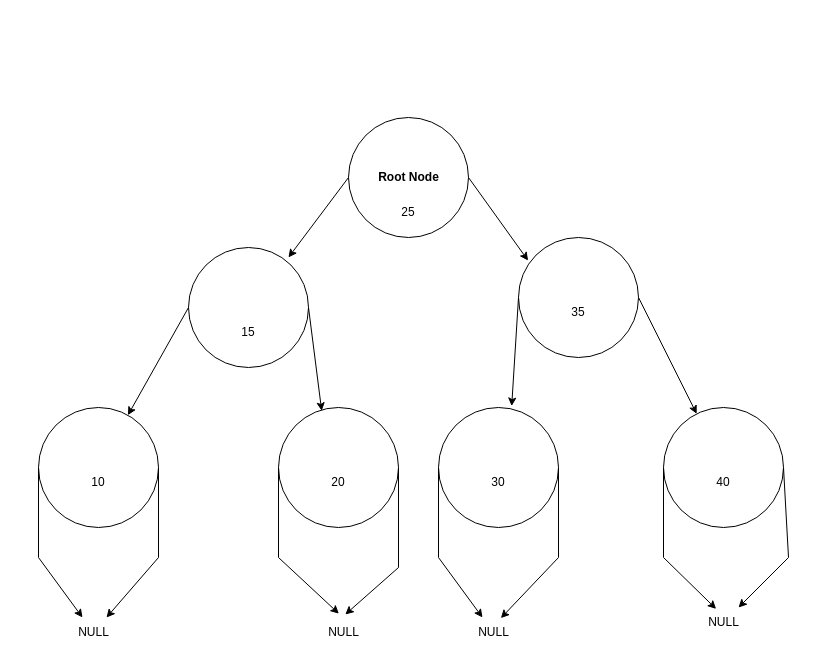
The draw.io diagram StudentExpo/BinaryTree.drawio in Crew46/data-fall2025, before the edit. Source tidied: cells renumbered, new cells numbered last; positions are measured from the earlier drawing's top-left corner, leaving out a move shared by most shapes. Both pictures are drawn from the tidied source at 100%, with x=0, y=0 at pixel (38, 117).
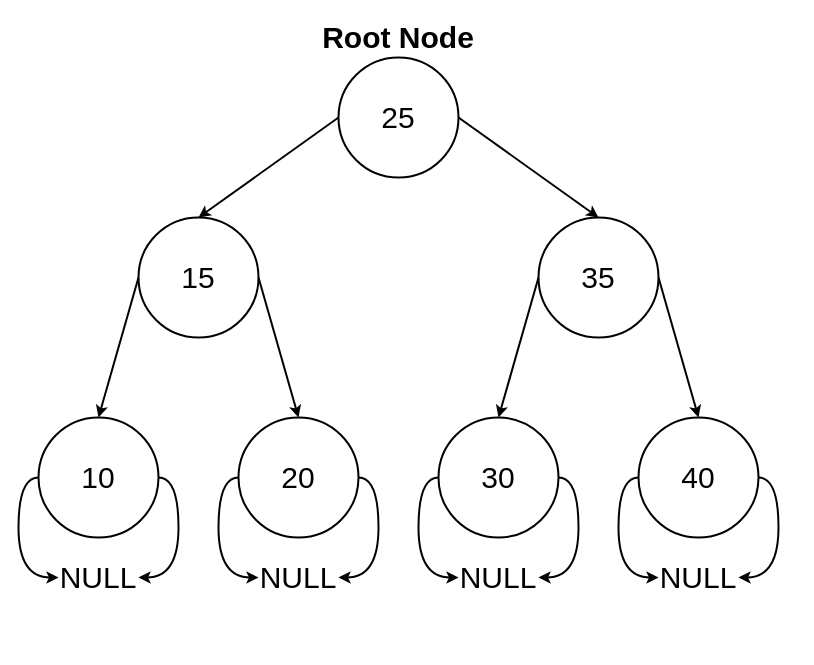
After the change.

The edit, as a diff of the source:
```diff
@@
-    <mxCell id="2" style="ellipse;whiteSpace=wrap;html=1;" parent="1" vertex="1">
-      <mxGeometry x="310" width="120" height="120" as="geometry" />
+    <mxCell id="2" value="&lt;font style=&quot;&quot;&gt;25&lt;/font&gt;" style="ellipse;whiteSpace=wrap;html=1;fontSize=30;strokeWidth=2;" parent="1" vertex="1">
+      <mxGeometry x="300" y="-60" width="120" height="120" as="geometry" />
     </mxCell>
-    <mxCell id="3" value="Root Node" style="text;align=center;fontStyle=1;verticalAlign=middle;spacingLeft=3;spacingRight=3;strokeColor=none;html=1;" parent="1" vertex="1">
-      <mxGeometry x="330" y="47" width="80" height="26" as="geometry" />
-    </mxCell>
-    <mxCell id="4" style="endArrow=classic;html=1;rounded=0;exitX=1;exitY=0.5;exitDx=0;exitDy=0;entryX=0.08;entryY=0.192;entryDx=0;entryDy=0;entryPerimeter=0;" parent="1" edge="1" source="2" target="5">
+    <mxCell id="4" style="endArrow=classic;html=1;rounded=0;exitX=1;exitY=0.5;exitDx=0;exitDy=0;entryX=0.5;entryY=0;entryDx=0;entryDy=0;fontSize=30;strokeWidth=2;" parent="1" edge="1" source="2" target="5">
       <mxGeometry relative="1" as="geometry" />
     </mxCell>
-    <mxCell id="5" style="ellipse;whiteSpace=wrap;html=1;" parent="1" vertex="1">
-      <mxGeometry x="480" y="120" width="120" height="120" as="geometry" />
+    <mxCell id="5" value="35" style="ellipse;whiteSpace=wrap;html=1;fontSize=30;strokeWidth=2;" parent="1" vertex="1">
+      <mxGeometry x="500" y="100" width="120" height="120" as="geometry" />
     </mxCell>
-    <mxCell id="6" style="ellipse;whiteSpace=wrap;html=1;" parent="1" vertex="1">
-      <mxGeometry x="150" y="130" width="120" height="120" as="geometry" />
+    <mxCell id="6" value="15" style="ellipse;whiteSpace=wrap;html=1;fontSize=30;strokeWidth=2;" parent="1" vertex="1">
+      <mxGeometry x="100" y="100" width="120" height="120" as="geometry" />
     </mxCell>
+    <mxCell id="35" style="edgeStyle=orthogonalEdgeStyle;rounded=0;jettySize=auto;html=1;exitX=1;exitY=0.5;exitDx=0;exitDy=0;entryX=1;entryY=0.5;entryDx=0;entryDy=0;curved=1;strokeWidth=2;" parent="1" edge="1" source="7" target="43">
+      <mxGeometry relative="1" as="geometry" />
+    </mxCell>
+    <mxCell id="36" style="edgeStyle=orthogonalEdgeStyle;rounded=0;jettySize=auto;html=1;exitX=0;exitY=0.5;exitDx=0;exitDy=0;entryX=0;entryY=0.5;entryDx=0;entryDy=0;curved=1;strokeWidth=2;" parent="1" edge="1" source="7" target="43">
+      <mxGeometry relative="1" as="geometry" />
+    </mxCell>
-    <mxCell id="7" style="ellipse;whiteSpace=wrap;html=1;" parent="1" vertex="1">
-      <mxGeometry y="290" width="120" height="120" as="geometry" />
+    <mxCell id="7" value="10" style="ellipse;whiteSpace=wrap;html=1;fontSize=30;strokeWidth=2;" parent="1" vertex="1">
+      <mxGeometry y="300" width="120" height="120" as="geometry" />
     </mxCell>
+    <mxCell id="37" style="edgeStyle=orthogonalEdgeStyle;rounded=0;jettySize=auto;html=1;exitX=1;exitY=0.5;exitDx=0;exitDy=0;entryX=1;entryY=0.5;entryDx=0;entryDy=0;curved=1;strokeWidth=2;" parent="1" edge="1" source="8" target="44">
+      <mxGeometry relative="1" as="geometry" />
+    </mxCell>
+    <mxCell id="38" style="edgeStyle=orthogonalEdgeStyle;rounded=0;jettySize=auto;html=1;exitX=0;exitY=0.5;exitDx=0;exitDy=0;entryX=0;entryY=0.5;entryDx=0;entryDy=0;curved=1;strokeWidth=2;" parent="1" edge="1" source="8" target="44">
+      <mxGeometry relative="1" as="geometry">
+        <Array as="points">
+          <mxPoint x="180" y="360" />
+          <mxPoint x="180" y="460" />
+        </Array>
+      </mxGeometry>
+    </mxCell>
-    <mxCell id="8" style="ellipse;whiteSpace=wrap;html=1;" parent="1" vertex="1">
-      <mxGeometry x="240" y="290" width="120" height="120" as="geometry" />
+    <mxCell id="8" value="20" style="ellipse;whiteSpace=wrap;html=1;fontSize=30;strokeWidth=2;" parent="1" vertex="1">
+      <mxGeometry x="200" y="300" width="120" height="120" as="geometry" />
     </mxCell>
+    <mxCell id="39" style="edgeStyle=orthogonalEdgeStyle;rounded=0;jettySize=auto;html=1;exitX=1;exitY=0.5;exitDx=0;exitDy=0;entryX=1;entryY=0.5;entryDx=0;entryDy=0;curved=1;strokeWidth=2;" parent="1" edge="1" source="9" target="45">
+      <mxGeometry relative="1" as="geometry" />
+    </mxCell>
+    <mxCell id="40" style="edgeStyle=orthogonalEdgeStyle;rounded=0;jettySize=auto;html=1;exitX=0;exitY=0.5;exitDx=0;exitDy=0;entryX=0;entryY=0.5;entryDx=0;entryDy=0;curved=1;strokeWidth=2;" parent="1" edge="1" source="9" target="45">
+      <mxGeometry relative="1" as="geometry" />
+    </mxCell>
-    <mxCell id="9" style="ellipse;whiteSpace=wrap;html=1;" parent="1" vertex="1">
-      <mxGeometry x="400" y="290" width="120" height="120" as="geometry" />
+    <mxCell id="9" value="30" style="ellipse;whiteSpace=wrap;html=1;fontSize=30;strokeWidth=2;" parent="1" vertex="1">
+      <mxGeometry x="400" y="300" width="120" height="120" as="geometry" />
     </mxCell>
+    <mxCell id="41" style="rounded=0;jettySize=auto;html=1;exitX=1;exitY=0.5;exitDx=0;exitDy=0;entryX=1;entryY=0.5;entryDx=0;entryDy=0;edgeStyle=orthogonalEdgeStyle;curved=1;strokeWidth=2;" parent="1" edge="1" source="10" target="46">
+      <mxGeometry relative="1" as="geometry" />
+    </mxCell>
+    <mxCell id="42" style="edgeStyle=orthogonalEdgeStyle;rounded=0;jettySize=auto;html=1;exitX=0;exitY=0.5;exitDx=0;exitDy=0;entryX=0;entryY=0.5;entryDx=0;entryDy=0;curved=1;strokeWidth=2;" parent="1" edge="1" source="10" target="46">
+      <mxGeometry relative="1" as="geometry" />
+    </mxCell>
-    <mxCell id="10" style="ellipse;whiteSpace=wrap;html=1;" parent="1" vertex="1">
-      <mxGeometry x="625" y="290" width="120" height="120" as="geometry" />
+    <mxCell id="10" value="40" style="ellipse;whiteSpace=wrap;html=1;fontSize=30;strokeWidth=2;" parent="1" vertex="1">
+      <mxGeometry x="600" y="300" width="120" height="120" as="geometry" />
     </mxCell>
-    <mxCell id="11" style="endArrow=classic;html=1;rounded=0;entryX=0.833;entryY=0.083;entryDx=0;entryDy=0;entryPerimeter=0;exitX=0;exitY=0.5;exitDx=0;exitDy=0;" parent="1" edge="1" source="2" target="6">
+    <mxCell id="11" style="endArrow=classic;html=1;rounded=0;entryX=0.5;entryY=0;entryDx=0;entryDy=0;exitX=0;exitY=0.5;exitDx=0;exitDy=0;fontSize=30;strokeWidth=2;" parent="1" edge="1" source="2" target="6">
       <mxGeometry relative="1" as="geometry" />
     </mxCell>
-    <mxCell id="12" style="endArrow=classic;html=1;rounded=0;exitX=1;exitY=0.5;exitDx=0;exitDy=0;" parent="1" edge="1" source="5" target="10">
+    <mxCell id="12" style="endArrow=classic;html=1;rounded=0;exitX=1;exitY=0.5;exitDx=0;exitDy=0;fontSize=30;strokeWidth=2;entryX=0.5;entryY=0;entryDx=0;entryDy=0;" parent="1" edge="1" source="5" target="10">
       <mxGeometry relative="1" as="geometry" />
     </mxCell>
-    <mxCell id="13" style="endArrow=classic;html=1;rounded=0;entryX=0.61;entryY=-0.012;entryDx=0;entryDy=0;entryPerimeter=0;exitX=0;exitY=0.5;exitDx=0;exitDy=0;" parent="1" edge="1" source="5" target="9">
+    <mxCell id="13" style="endArrow=classic;html=1;rounded=0;entryX=0.5;entryY=0;entryDx=0;entryDy=0;exitX=0;exitY=0.5;exitDx=0;exitDy=0;fontSize=30;strokeWidth=2;" parent="1" edge="1" source="5" target="9">
       <mxGeometry relative="1" as="geometry" />
     </mxCell>
-    <mxCell id="14" style="endArrow=classic;html=1;rounded=0;exitX=1;exitY=0.5;exitDx=0;exitDy=0;entryX=0.36;entryY=0.028;entryDx=0;entryDy=0;entryPerimeter=0;" parent="1" edge="1" source="6" target="8">
+    <mxCell id="14" style="endArrow=classic;html=1;rounded=0;exitX=1;exitY=0.5;exitDx=0;exitDy=0;entryX=0.5;entryY=0;entryDx=0;entryDy=0;fontSize=30;strokeWidth=2;" parent="1" edge="1" source="6" target="8">
       <mxGeometry relative="1" as="geometry" />
     </mxCell>
-    <mxCell id="15" style="endArrow=classic;html=1;rounded=0;exitX=0;exitY=0.5;exitDx=0;exitDy=0;" parent="1" edge="1" source="6" target="7">
+    <mxCell id="15" style="endArrow=classic;html=1;rounded=0;exitX=0;exitY=0.5;exitDx=0;exitDy=0;fontSize=30;strokeWidth=2;entryX=0.5;entryY=0;entryDx=0;entryDy=0;" parent="1" edge="1" source="6" target="7">
       <mxGeometry relative="1" as="geometry" />
     </mxCell>
-    <mxCell id="16" value="25" style="text;html=1;strokeColor=none;fillColor=none;align=center;verticalAlign=middle;whiteSpace=wrap;rounded=0;" parent="1" vertex="1">
-      <mxGeometry x="340" y="80" width="60" height="30" as="geometry" />
+    <mxCell id="16" value="Root Node" style="text;html=1;strokeColor=none;fillColor=none;align=center;verticalAlign=middle;whiteSpace=wrap;rounded=0;fontSize=30;strokeWidth=2;fontStyle=1;" parent="1" vertex="1">
+      <mxGeometry x="280" y="-100" width="160" height="40" as="geometry" />
     </mxCell>
-    <mxCell id="17" value="15" style="text;html=1;strokeColor=none;fillColor=none;align=center;verticalAlign=middle;whiteSpace=wrap;rounded=0;" parent="1" vertex="1">
-      <mxGeometry x="180" y="200" width="60" height="30" as="geometry" />
-    </mxCell>
-    <mxCell id="18" value="20" style="text;html=1;strokeColor=none;fillColor=none;align=center;verticalAlign=middle;whiteSpace=wrap;rounded=0;" parent="1" vertex="1">
-      <mxGeometry x="270" y="350" width="60" height="30" as="geometry" />
-    </mxCell>
-    <mxCell id="19" value="10" style="text;html=1;strokeColor=none;fillColor=none;align=center;verticalAlign=middle;whiteSpace=wrap;rounded=0;" parent="1" vertex="1">
-      <mxGeometry x="30" y="350" width="60" height="30" as="geometry" />
-    </mxCell>
-    <mxCell id="20" value="35" style="text;html=1;strokeColor=none;fillColor=none;align=center;verticalAlign=middle;whiteSpace=wrap;rounded=0;" parent="1" vertex="1">
-      <mxGeometry x="510" y="180" width="60" height="30" as="geometry" />
-    </mxCell>
-    <mxCell id="21" value="30" style="text;html=1;strokeColor=none;fillColor=none;align=center;verticalAlign=middle;whiteSpace=wrap;rounded=0;" parent="1" vertex="1">
-      <mxGeometry x="430" y="350" width="60" height="30" as="geometry" />
-    </mxCell>
-    <mxCell id="22" value="40" style="text;html=1;strokeColor=none;fillColor=none;align=center;verticalAlign=middle;whiteSpace=wrap;rounded=0;" parent="1" vertex="1">
-      <mxGeometry x="655" y="350" width="60" height="30" as="geometry" />
-    </mxCell>
-    <mxCell id="23" style="endArrow=classic;html=1;rounded=0;exitX=1;exitY=0.5;exitDx=0;exitDy=0;" parent="1" edge="1" source="7" target="25">
-      <mxGeometry relative="1" as="geometry">
-        <Array as="points">
-          <mxPoint x="120" y="440" />
-        </Array>
-      </mxGeometry>
-    </mxCell>
-    <mxCell id="24" style="endArrow=classic;html=1;rounded=0;exitX=1;exitY=0.5;exitDx=0;exitDy=0;entryX=0.536;entryY=-0.1;entryDx=0;entryDy=0;entryPerimeter=0;" parent="1" edge="1" source="8" target="26">
-      <mxGeometry relative="1" as="geometry">
-        <Array as="points">
-          <mxPoint x="360" y="450" />
-        </Array>
-      </mxGeometry>
-    </mxCell>
-    <mxCell id="25" value="NULL" style="text;html=1;align=center;verticalAlign=middle;points=[];strokeColor=none;fillColor=none;" parent="1" vertex="1">
-      <mxGeometry x="30" y="500" width="50" height="30" as="geometry" />
-    </mxCell>
-    <mxCell id="26" value="NULL" style="text;html=1;align=center;verticalAlign=middle;points=[];strokeColor=none;fillColor=none;" parent="1" vertex="1">
-      <mxGeometry x="280" y="500" width="50" height="30" as="geometry" />
-    </mxCell>
-    <mxCell id="27" value="NULL" style="text;html=1;align=center;verticalAlign=middle;points=[];strokeColor=none;fillColor=none;" parent="1" vertex="1">
-      <mxGeometry x="430" y="500" width="50" height="30" as="geometry" />
-    </mxCell>
-    <mxCell id="28" value="NULL" style="text;html=1;align=center;verticalAlign=middle;points=[];strokeColor=none;fillColor=none;" parent="1" vertex="1">
-      <mxGeometry x="660" y="490" width="50" height="30" as="geometry" />
-    </mxCell>
-    <mxCell id="29" style="endArrow=classic;html=1;rounded=0;exitX=1;exitY=0.5;exitDx=0;exitDy=0;" parent="1" edge="1" source="10" target="28">
-      <mxGeometry relative="1" as="geometry">
-        <Array as="points">
-          <mxPoint x="750" y="440" />
-        </Array>
-      </mxGeometry>
-    </mxCell>
-    <mxCell id="30" style="endArrow=classic;html=1;rounded=0;exitX=0;exitY=0.5;exitDx=0;exitDy=0;entryX=0.352;entryY=0.047;entryDx=0;entryDy=0;entryPerimeter=0;" parent="1" edge="1" source="10" target="28">
-      <mxGeometry relative="1" as="geometry">
-        <Array as="points">
-          <mxPoint x="625" y="440" />
-        </Array>
-      </mxGeometry>
-    </mxCell>
-    <mxCell id="31" style="endArrow=classic;html=1;rounded=0;exitX=0;exitY=0.5;exitDx=0;exitDy=0;" parent="1" edge="1" source="7" target="25">
-      <mxGeometry relative="1" as="geometry">
-        <Array as="points">
-          <mxPoint y="440" />
-        </Array>
-      </mxGeometry>
-    </mxCell>
-    <mxCell id="32" style="endArrow=classic;html=1;rounded=0;exitX=0;exitY=0.5;exitDx=0;exitDy=0;entryX=0.408;entryY=-0.127;entryDx=0;entryDy=0;entryPerimeter=0;" parent="1" edge="1" source="8" target="26">
-      <mxGeometry relative="1" as="geometry">
-        <Array as="points">
-          <mxPoint x="240" y="440" />
-        </Array>
-      </mxGeometry>
-    </mxCell>
-    <mxCell id="33" style="endArrow=classic;html=1;rounded=0;exitX=1;exitY=0.5;exitDx=0;exitDy=0;entryX=0.648;entryY=0.02;entryDx=0;entryDy=0;entryPerimeter=0;" parent="1" edge="1" source="9" target="27">
-      <mxGeometry relative="1" as="geometry">
-        <Array as="points">
-          <mxPoint x="520" y="440" />
-        </Array>
-      </mxGeometry>
-    </mxCell>
-    <mxCell id="34" style="endArrow=classic;html=1;rounded=0;exitX=0;exitY=0.5;exitDx=0;exitDy=0;" parent="1" edge="1" source="9" target="27">
-      <mxGeometry relative="1" as="geometry">
-        <Array as="points">
-          <mxPoint x="400" y="440" />
-        </Array>
-      </mxGeometry>
-    </mxCell>
+    <mxCell id="43" value="NULL" style="text;html=1;whiteSpace=wrap;strokeColor=none;fillColor=none;align=center;verticalAlign=middle;rounded=0;fontSize=30;strokeWidth=2;" parent="1" vertex="1">
+      <mxGeometry x="20" y="440" width="80" height="40" as="geometry" />
+    </mxCell>
+    <mxCell id="44" value="NULL" style="text;html=1;whiteSpace=wrap;strokeColor=none;fillColor=none;align=center;verticalAlign=middle;rounded=0;fontSize=30;strokeWidth=2;" parent="1" vertex="1">
+      <mxGeometry x="220" y="440" width="80" height="40" as="geometry" />
+    </mxCell>
+    <mxCell id="45" value="NULL" style="text;html=1;whiteSpace=wrap;strokeColor=none;fillColor=none;align=center;verticalAlign=middle;rounded=0;fontSize=30;strokeWidth=2;" parent="1" vertex="1">
+      <mxGeometry x="420" y="440" width="80" height="40" as="geometry" />
+    </mxCell>
+    <mxCell id="46" value="NULL" style="text;html=1;whiteSpace=wrap;strokeColor=none;fillColor=none;align=center;verticalAlign=middle;rounded=0;fontSize=30;strokeWidth=2;" parent="1" vertex="1">
+      <mxGeometry x="620" y="440" width="80" height="40" as="geometry" />
+    </mxCell>
```
